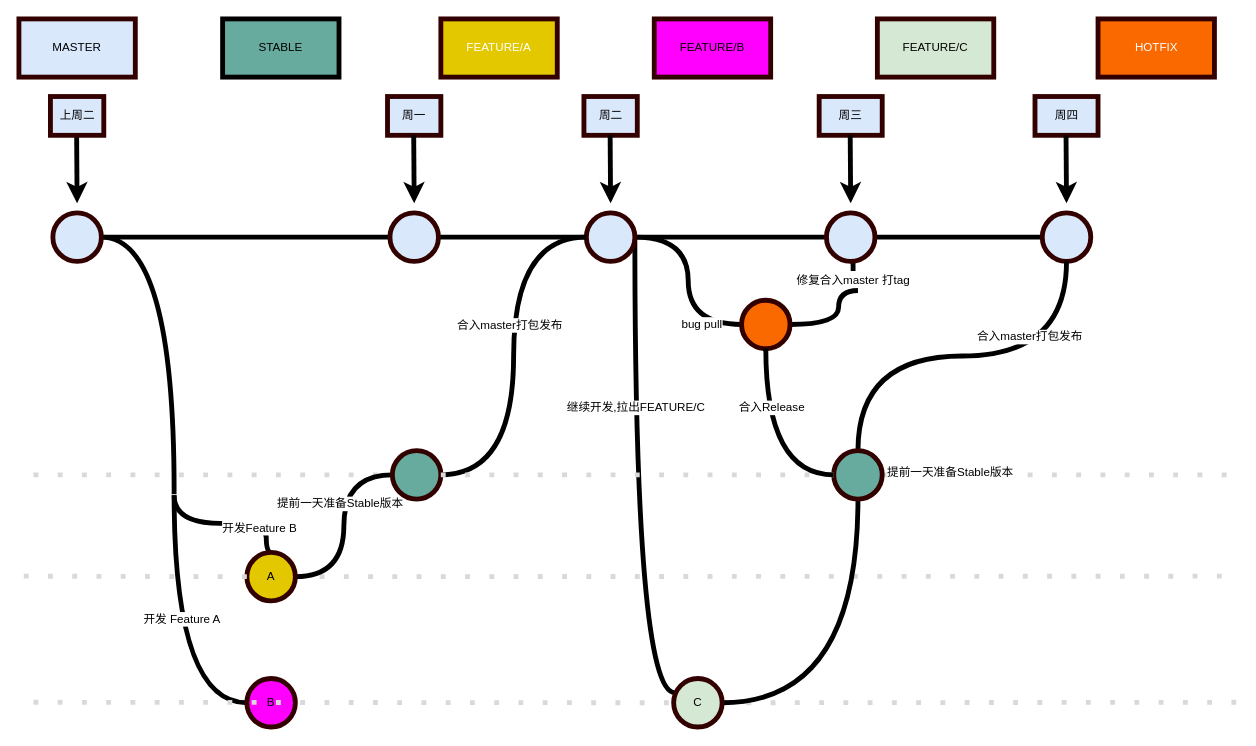
Earlier version of the draw.io diagram universal-engine/ad-git-flow.drawio (karlchan-cn/drawio-repository). Source tidied: cells renumbered, new cells numbered last; positions are measured from the earlier drawing's top-left corner, leaving out a move shared by most shapes. Both pictures are drawn from the tidied source at 97%, with x=0, y=0 at pixel (18, 18).
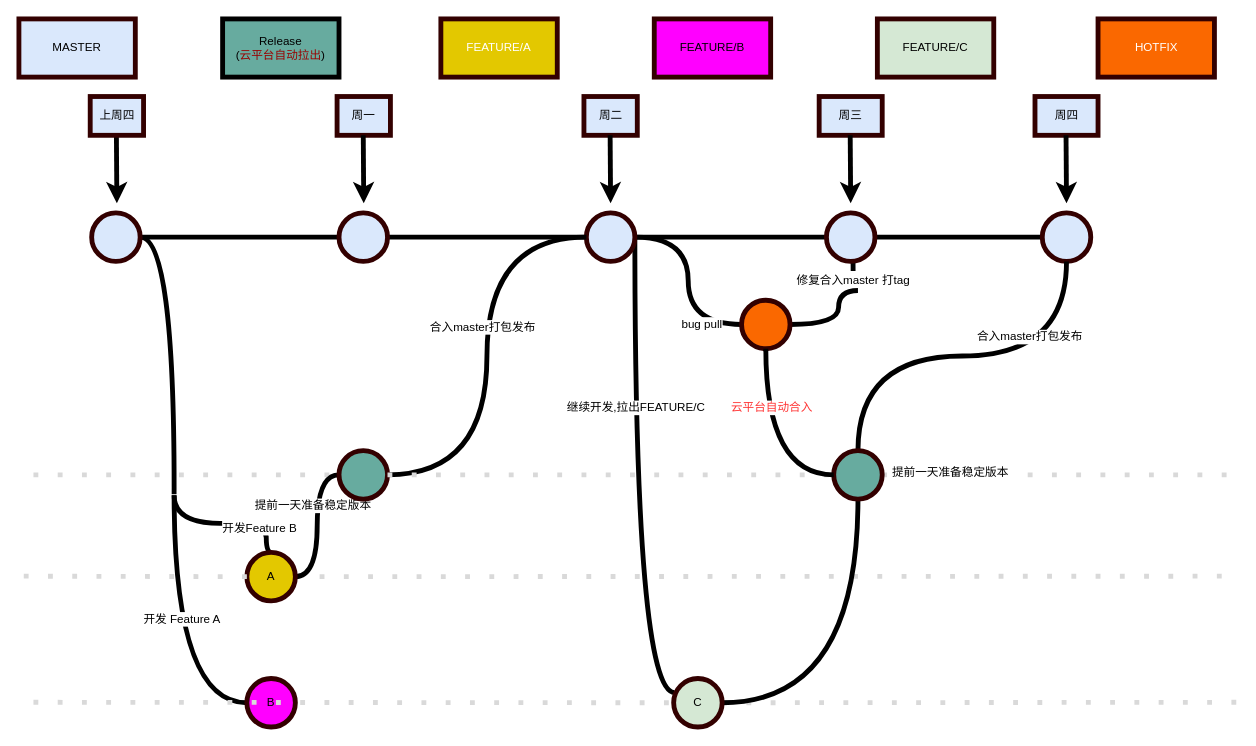
The same page after the edit.

Commit message:
统一播放、分支管理.drawio

Unchanged cells that the change refers to:
```xml
<mxCell id="27" style="edgeStyle=orthogonalEdgeStyle;curved=1;rounded=0;jettySize=auto;html=1;entryX=0;entryY=0.5;entryDx=0;entryDy=0;endArrow=none;endFill=0;strokeWidth=5;" parent="1" edge="1" source="42" target="41">
  <mxGeometry relative="1" as="geometry" />
</mxCell>
<mxCell id="58" style="edgeStyle=orthogonalEdgeStyle;curved=1;rounded=0;jettySize=auto;html=1;endArrow=none;endFill=0;strokeWidth=5;exitX=0.5;exitY=1;exitDx=0;exitDy=0;entryX=0;entryY=0.5;entryDx=0;entryDy=0;" parent="1" edge="1" source="45" target="53">
  <mxGeometry relative="1" as="geometry" />
</mxCell>
```

Diff of the diagram source:
```diff
@@
-    <mxCell id="7" value="STABLE" style="rounded=0;whiteSpace=wrap;html=1;strokeWidth=5;fillColor=#67AB9F;" parent="1" vertex="1">
+    <mxCell id="7" value="Release&lt;br&gt;(&lt;font color=&quot;#990000&quot;&gt;云平台自动拉出&lt;/font&gt;)" style="rounded=0;whiteSpace=wrap;html=1;strokeWidth=5;fillColor=#67AB9F;" parent="1" vertex="1">
       <mxGeometry x="210" width="120" height="60" as="geometry" />
     </mxCell>
@@
     <mxCell id="12" style="ellipse;whiteSpace=wrap;html=1;strokeColor=#330000;fillColor=#DAE8FC;strokeWidth=5;" parent="1" vertex="1">
-      <mxGeometry x="35" y="200" width="50" height="50" as="geometry" />
+      <mxGeometry x="75" y="200" width="50" height="50" as="geometry" />
     </mxCell>
@@
     <mxCell id="19" style="endArrow=classic;html=1;strokeWidth=5;" parent="1" edge="1">
       <mxGeometry relative="1" as="geometry">
-        <mxPoint x="59.5" y="120" as="sourcePoint" />
-        <mxPoint x="60" y="190" as="targetPoint" />
+        <mxPoint x="100.5" y="120" as="sourcePoint" />
+        <mxPoint x="101" y="190" as="targetPoint" />
       </mxGeometry>
     </mxCell>
@@
-    <mxCell id="24" value="上周二" style="rounded=0;whiteSpace=wrap;html=1;strokeWidth=5;fillColor=#dae8fc;strokeColor=#330000;" parent="1" vertex="1">
-      <mxGeometry x="32.5" y="80" width="55" height="40" as="geometry" />
+    <mxCell id="24" value="上周四" style="rounded=0;whiteSpace=wrap;html=1;strokeWidth=5;fillColor=#dae8fc;strokeColor=#330000;" parent="1" vertex="1">
+      <mxGeometry x="73.5" y="80" width="55" height="40" as="geometry" />
     </mxCell>
@@
-    <mxCell id="28" value="提前一天准备Stable版本" style="text;html=1;align=center;verticalAlign=middle;labelBackgroundColor=#ffffff;" parent="27" vertex="1">
+    <mxCell id="28" value="提前一天准备稳定版本" style="text;html=1;align=center;verticalAlign=middle;labelBackgroundColor=#ffffff;" parent="27" vertex="1">
       <mxGeometry x="0.09" relative="1" as="geometry">
         <mxPoint x="-5" y="-14" as="offset" />
       </mxGeometry>
     </mxCell>
@@
     <mxCell id="41" style="ellipse;whiteSpace=wrap;html=1;strokeColor=#330000;fillColor=#67AB9F;strokeWidth=5;" parent="1" vertex="1">
-      <mxGeometry x="385" y="445" width="50" height="50" as="geometry" />
+      <mxGeometry x="330" y="445" width="50" height="50" as="geometry" />
     </mxCell>
@@
-    <mxCell id="44" value="提前一天准备Stable版本" style="text;html=1;align=center;verticalAlign=middle;labelBackgroundColor=#ffffff;" parent="1" vertex="1">
+    <mxCell id="44" value="提前一天准备稳定版本" style="text;html=1;align=center;verticalAlign=middle;labelBackgroundColor=#ffffff;" parent="1" vertex="1">
       <mxGeometry x="965" y="470" as="geometry">
         <mxPoint x="-6" y="-3" as="offset" />
       </mxGeometry>
     </mxCell>
@@
     <mxCell id="55" style="ellipse;whiteSpace=wrap;html=1;strokeColor=#330000;fillColor=#DAE8FC;strokeWidth=5;" parent="1" vertex="1">
-      <mxGeometry x="382.5" y="200" width="50" height="50" as="geometry" />
+      <mxGeometry x="330" y="200" width="50" height="50" as="geometry" />
     </mxCell>
     <mxCell id="56" value="周一" style="rounded=0;whiteSpace=wrap;html=1;strokeWidth=5;fillColor=#dae8fc;strokeColor=#330000;" parent="1" vertex="1">
-      <mxGeometry x="380" y="80" width="55" height="40" as="geometry" />
+      <mxGeometry x="328" y="80" width="55" height="40" as="geometry" />
     </mxCell>
     <mxCell id="57" style="endArrow=classic;html=1;strokeWidth=5;" parent="1" edge="1">
       <mxGeometry relative="1" as="geometry">
-        <mxPoint x="407" y="120" as="sourcePoint" />
-        <mxPoint x="407.5" y="190" as="targetPoint" />
+        <mxPoint x="355" y="120" as="sourcePoint" />
+        <mxPoint x="355.5" y="190" as="targetPoint" />
       </mxGeometry>
     </mxCell>
@@
-    <mxCell id="59" value="合入Release" style="text;html=1;align=center;verticalAlign=middle;labelBackgroundColor=#ffffff;" parent="58" vertex="1">
+    <mxCell id="59" value="&lt;font color=&quot;#ff3333&quot;&gt;云平台自动合入&lt;/font&gt;" style="text;html=1;align=center;verticalAlign=middle;labelBackgroundColor=#ffffff;" parent="58" vertex="1">
       <mxGeometry x="0.44" y="13" relative="1" as="geometry">
         <mxPoint x="-9" y="-57" as="offset" />
       </mxGeometry>
     </mxCell>
```
